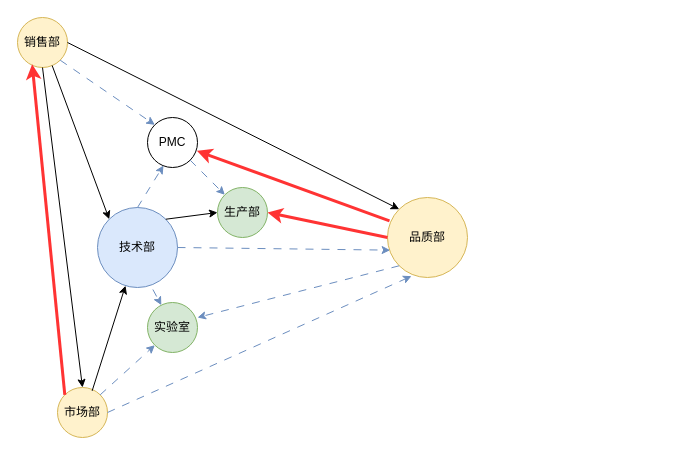
This is build/部门关系.drawio from manson-yu/desktop-app, a draw.io file, before an edit. Source tidied: cells renumbered, new cells numbered last; positions are measured from the earlier drawing's top-left corner, leaving out a move shared by most shapes. Both pictures are drawn from the tidied source at 100%, with x=0, y=0 at pixel (17, 17).
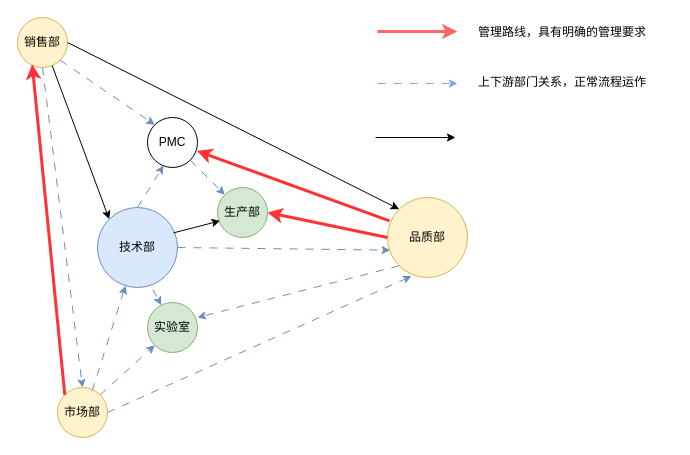
The same page after the edit.

Commit message (it also covers changes not shown here):
更新部门关系.drawio

The change refers to these unchanged cells:
```xml
<mxCell id="2" value="销售部" style="ellipse;whiteSpace=wrap;html=1;fillColor=#fff2cc;strokeColor=#d6b656;" parent="1" vertex="1">
  <mxGeometry width="50" height="50" as="geometry" />
</mxCell>
<mxCell id="3" value="技术部" style="ellipse;whiteSpace=wrap;html=1;fillColor=#dae8fc;strokeColor=#6c8ebf;" parent="1" vertex="1">
  <mxGeometry x="80" y="190" width="80" height="80" as="geometry" />
</mxCell>
<mxCell id="5" value="市场部" style="ellipse;whiteSpace=wrap;html=1;fillColor=#fff2cc;strokeColor=#d6b656;" parent="1" vertex="1">
  <mxGeometry x="40" y="370" width="50" height="50" as="geometry" />
</mxCell>
<mxCell id="6" value="生产部" style="ellipse;whiteSpace=wrap;html=1;fillColor=#d5e8d4;strokeColor=#82b366;" parent="1" vertex="1">
  <mxGeometry x="200" y="170" width="50" height="50" as="geometry" />
</mxCell>
```

What changed in the source:
```diff
@@
-    <mxCell id="11" style="endArrow=classic;html=1;rounded=0;entryX=0;entryY=0.5;entryDx=0;entryDy=0;exitX=1;exitY=0;exitDx=0;exitDy=0;" parent="1" edge="1" source="3" target="6">
+    <mxCell id="11" style="endArrow=classic;html=1;rounded=0;entryX=0.053;entryY=0.667;entryDx=0;entryDy=0;exitX=0.95;exitY=0.317;exitDx=0;exitDy=0;exitPerimeter=0;entryPerimeter=0;" parent="1" edge="1" source="3" target="6">
       <mxGeometry relative="1" as="geometry" />
     </mxCell>
@@
-    <mxCell id="20" style="endArrow=classic;html=1;rounded=0;entryX=0.5;entryY=0;entryDx=0;entryDy=0;exitX=0.5;exitY=1;exitDx=0;exitDy=0;" parent="1" edge="1" source="2" target="5">
+    <mxCell id="20" style="endArrow=classic;html=1;rounded=0;entryX=0.5;entryY=0;entryDx=0;entryDy=0;exitX=0.5;exitY=1;exitDx=0;exitDy=0;dashed=1;dashPattern=8 8;fillColor=#dae8fc;strokeColor=#6c8ebf;" parent="1" edge="1" source="2" target="5">
       <mxGeometry relative="1" as="geometry" />
     </mxCell>
-    <mxCell id="21" style="endArrow=classic;html=1;rounded=0;exitX=0.693;exitY=0.067;exitDx=0;exitDy=0;exitPerimeter=0;" parent="1" edge="1" source="5" target="3">
+    <mxCell id="21" style="endArrow=classic;html=1;rounded=0;exitX=0.693;exitY=0.067;exitDx=0;exitDy=0;exitPerimeter=0;fillColor=#dae8fc;strokeColor=#6c8ebf;dashed=1;dashPattern=8 8;" parent="1" edge="1" source="5" target="3">
       <mxGeometry relative="1" as="geometry" />
     </mxCell>
@@
+    <mxCell id="25" style="endArrow=classic;html=1;rounded=0;strokeColor=#FF6666;strokeWidth=3;" parent="1" edge="1">
+      <mxGeometry relative="1" as="geometry">
+        <mxPoint x="360" y="14" as="sourcePoint" />
+        <mxPoint x="440" y="14" as="targetPoint" />
+      </mxGeometry>
+    </mxCell>
+    <mxCell id="26" style="endArrow=classic;html=1;rounded=0;dashed=1;dashPattern=8 8;strokeColor=#7EA6E0;" parent="1" edge="1">
+      <mxGeometry relative="1" as="geometry">
+        <mxPoint x="360" y="66" as="sourcePoint" />
+        <mxPoint x="440" y="66" as="targetPoint" />
+      </mxGeometry>
+    </mxCell>
+    <mxCell id="27" style="endArrow=classic;html=1;rounded=0;" parent="1" edge="1">
+      <mxGeometry relative="1" as="geometry">
+        <mxPoint x="358" y="120" as="sourcePoint" />
+        <mxPoint x="438" y="120" as="targetPoint" />
+      </mxGeometry>
+    </mxCell>
+    <mxCell id="28" value="管理路线，具有明确的管理要求" style="text;html=1;align=center;verticalAlign=middle;whiteSpace=wrap;rounded=0;" parent="1" vertex="1">
+      <mxGeometry x="460" width="170" height="30" as="geometry" />
+    </mxCell>
+    <mxCell id="29" value="上下游部门关系，正常流程运作" style="text;html=1;align=center;verticalAlign=middle;whiteSpace=wrap;rounded=0;" parent="1" vertex="1">
+      <mxGeometry x="435" y="50" width="220" height="30" as="geometry" />
+    </mxCell>
```
